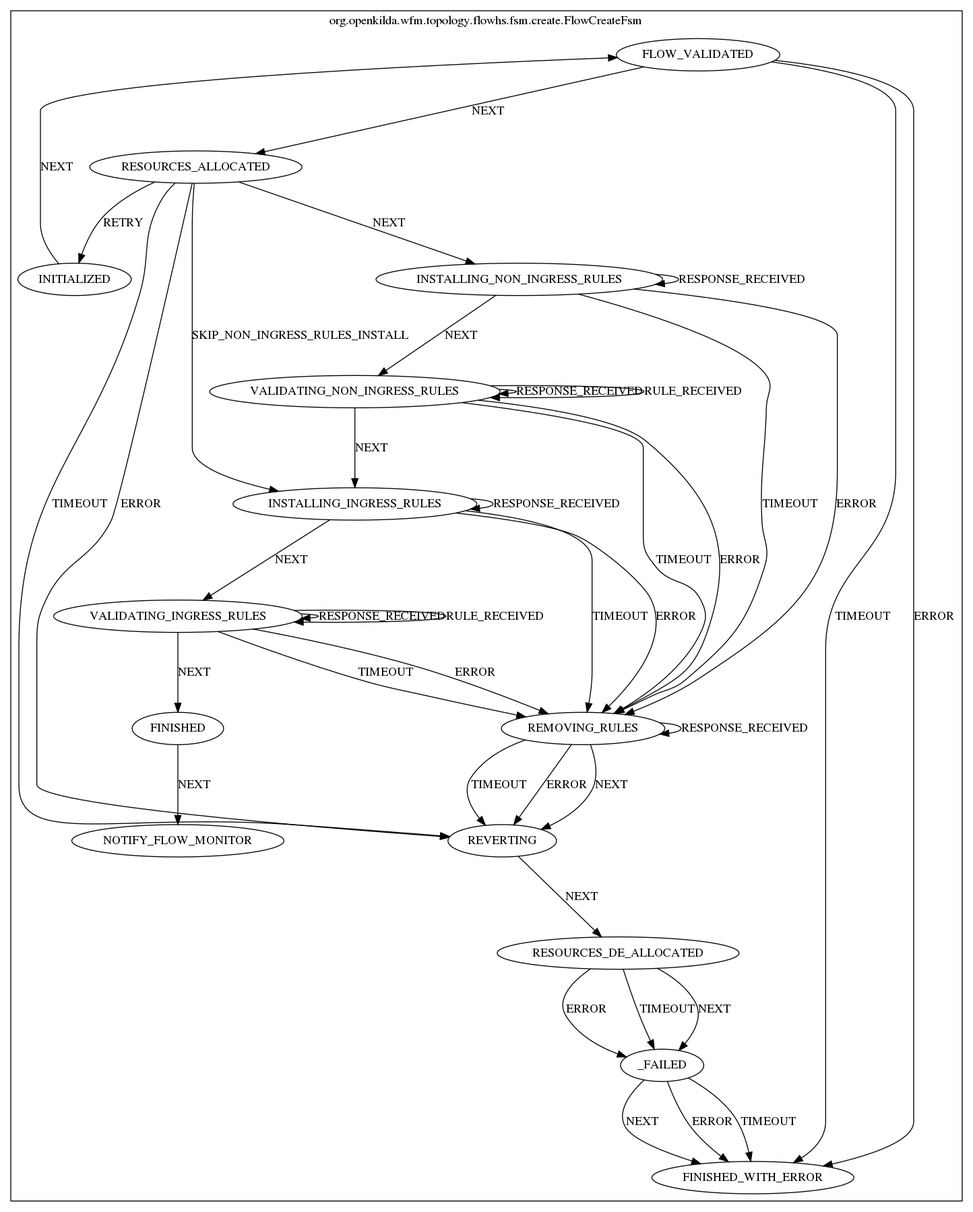
Before: docs/design/hub-and-spoke/crud/create/flow-create-fsm.png, a diagram exported from Graphviz (telstra/open-kilda). Its source is kept beside it as docs/design/hub-and-spoke/crud/create/flow-create-fsm.dot.
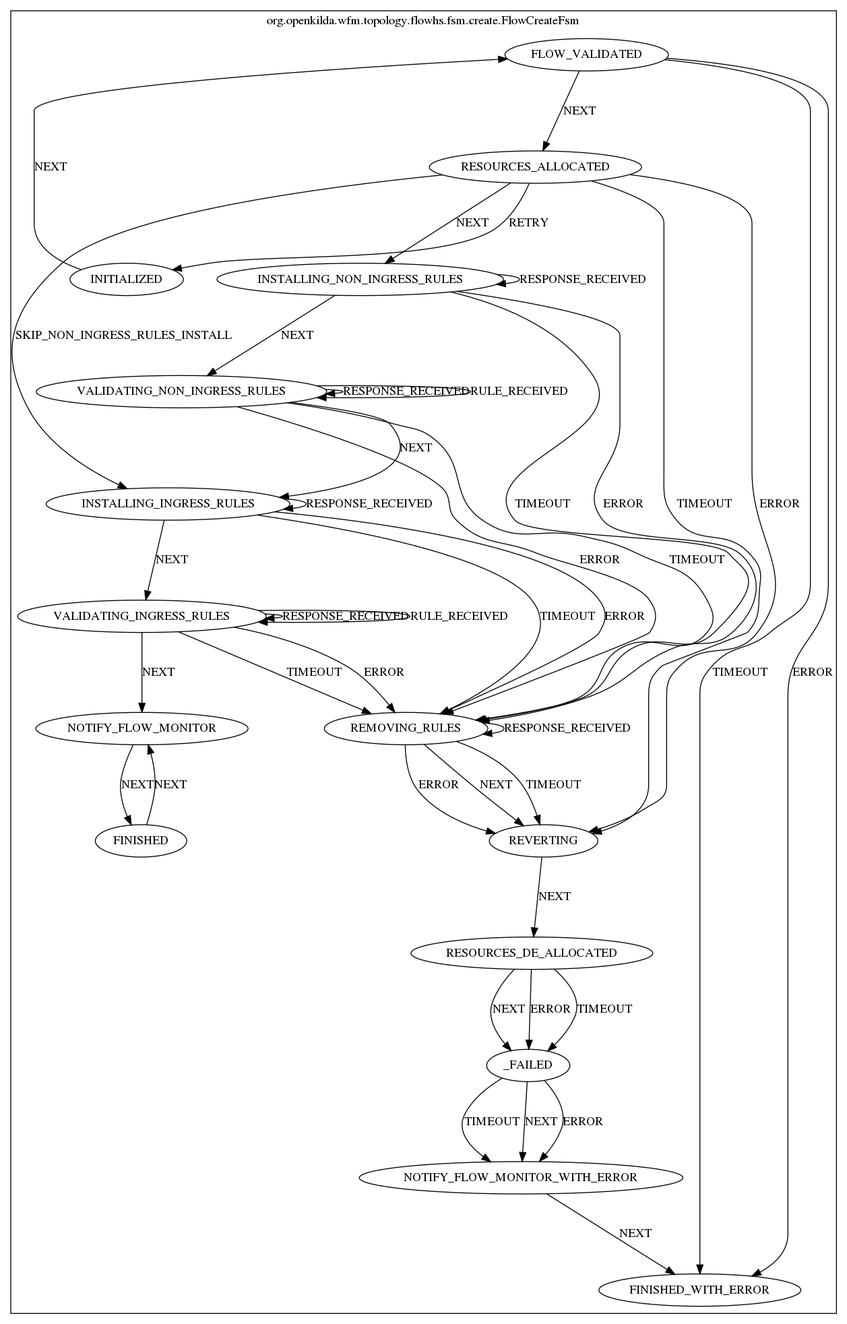
The same file after the commit.

The edit, as a diff of the source:
```diff
@@ -16,6 +16,7 @@
 INSTALLING_NON_INGRESS_RULES [label="INSTALLING_NON_INGRESS_RULES"];
 REMOVING_RULES [label="REMOVING_RULES"];
 NOTIFY_FLOW_MONITOR [label="NOTIFY_FLOW_MONITOR"];
+NOTIFY_FLOW_MONITOR_WITH_ERROR [label="NOTIFY_FLOW_MONITOR_WITH_ERROR"];
 
 RESOURCES_DE_ALLOCATED -> _FAILED [ label="ERROR"];
 RESOURCES_DE_ALLOCATED -> _FAILED [ label="TIMEOUT"];
@@ -31,12 +32,14 @@
 VALIDATING_NON_INGRESS_RULES -> INSTALLING_INGRESS_RULES [ label="NEXT"];
 VALIDATING_NON_INGRESS_RULES -> REMOVING_RULES [ label="TIMEOUT"];
 VALIDATING_NON_INGRESS_RULES -> REMOVING_RULES [ label="ERROR"];
-_FAILED -> FINISHED_WITH_ERROR [ label="NEXT"];
-_FAILED -> FINISHED_WITH_ERROR [ label="ERROR"];
-_FAILED -> FINISHED_WITH_ERROR [ label="TIMEOUT"];
+_FAILED -> NOTIFY_FLOW_MONITOR_WITH_ERROR [ label="NEXT"];
+_FAILED -> NOTIFY_FLOW_MONITOR_WITH_ERROR [ label="ERROR"];
+_FAILED -> NOTIFY_FLOW_MONITOR_WITH_ERROR [ label="TIMEOUT"];
+NOTIFY_FLOW_MONITOR_WITH_ERROR -> FINISHED_WITH_ERROR [ label="NEXT"];
 VALIDATING_INGRESS_RULES -> VALIDATING_INGRESS_RULES [ label="RESPONSE_RECEIVED"];
 VALIDATING_INGRESS_RULES -> VALIDATING_INGRESS_RULES [ label="RULE_RECEIVED"];
-VALIDATING_INGRESS_RULES -> FINISHED [ label="NEXT"];
+VALIDATING_INGRESS_RULES -> NOTIFY_FLOW_MONITOR [ label="NEXT"];
+NOTIFY_FLOW_MONITOR -> FINISHED [ label="NEXT"];
 FINISHED -> NOTIFY_FLOW_MONITOR [ label="NEXT"];
 VALIDATING_INGRESS_RULES -> REMOVING_RULES [ label="TIMEOUT"];
 VALIDATING_INGRESS_RULES -> REMOVING_RULES [ label="ERROR"];
```
